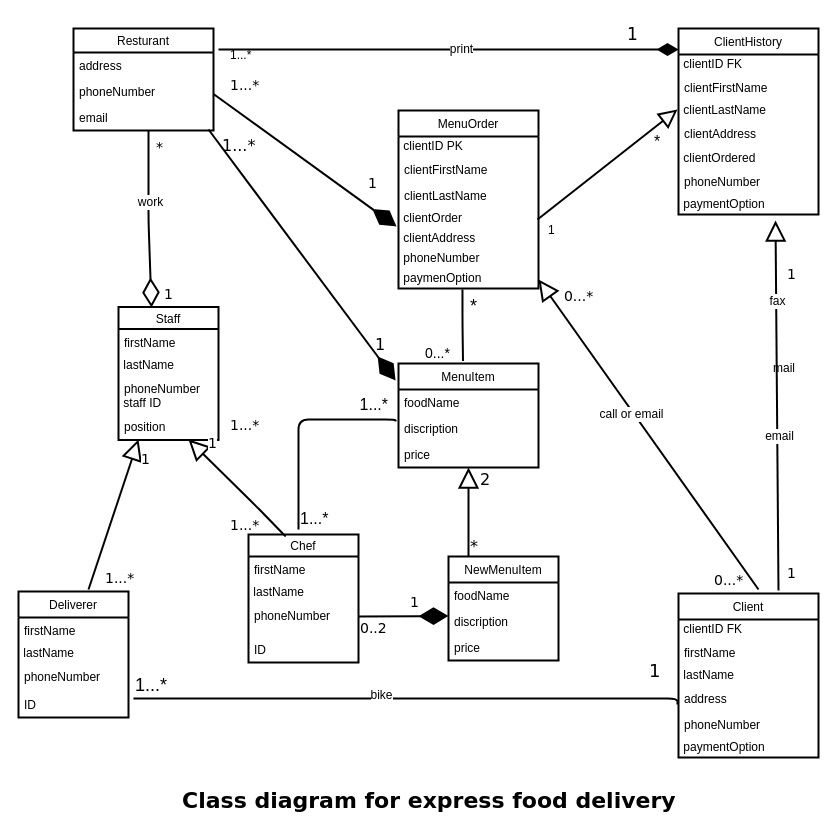
Before: Class Diagram For Express food delivery resturant.drawio in wallaceNdi/OC-PRO, a draw.io diagram. Source tidied: cells renumbered, new cells numbered last; positions are measured from the earlier drawing's top-left corner, leaving out a move shared by most shapes. Both pictures are drawn from the tidied source at 100%, with x=0, y=0 at pixel (18, 17).
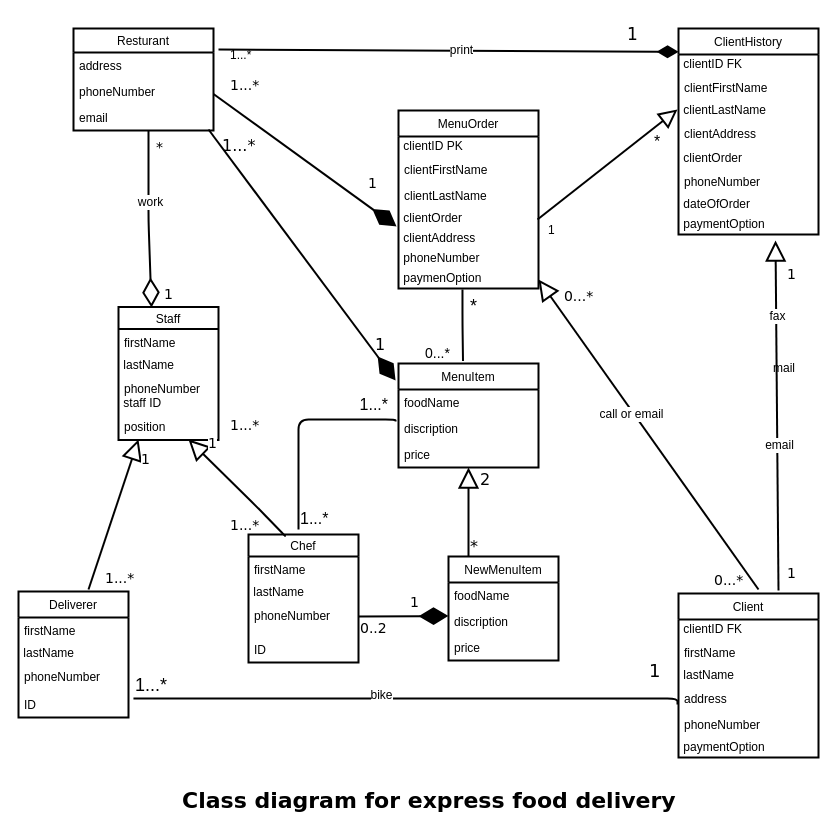
Above is the later version.

The edit, as a diff of the source:
```diff
@@
     <mxCell id="45" value="ClientHistory" style="swimlane;fontStyle=0;horizontal=1;startSize=26;fillColor=none;strokeWidth=2;" parent="1" vertex="1">
-      <mxGeometry x="660" y="11" width="140" height="186" as="geometry" />
+      <mxGeometry x="660" y="11" width="140" height="206" as="geometry" />
     </mxCell>
@@
-    <mxCell id="50" value="&amp;nbsp;clientOrdered" style="text;html=1;align=left;verticalAlign=top;spacingTop=-4;" parent="45" vertex="1">
+    <mxCell id="50" value="&amp;nbsp;clientOrder" style="text;html=1;align=left;verticalAlign=top;spacingTop=-4;" parent="45" vertex="1">
       <mxGeometry y="120" width="140" height="20" as="geometry" />
     </mxCell>
@@
+    <mxCell id="105" value="&amp;nbsp;dateOfOrder" style="text;html=1;align=left;verticalAlign=top;spacingTop=-4;" parent="45" vertex="1">
+      <mxGeometry y="166" width="140" height="20" as="geometry" />
+    </mxCell>
     <mxCell id="52" value="&amp;nbsp;paymentOption" style="text;html=1;points=[];align=left;verticalAlign=top;spacingTop=-4;" parent="45" vertex="1">
-      <mxGeometry y="166" width="140" height="20" as="geometry" />
+      <mxGeometry y="186" width="140" height="20" as="geometry" />
     </mxCell>
```
